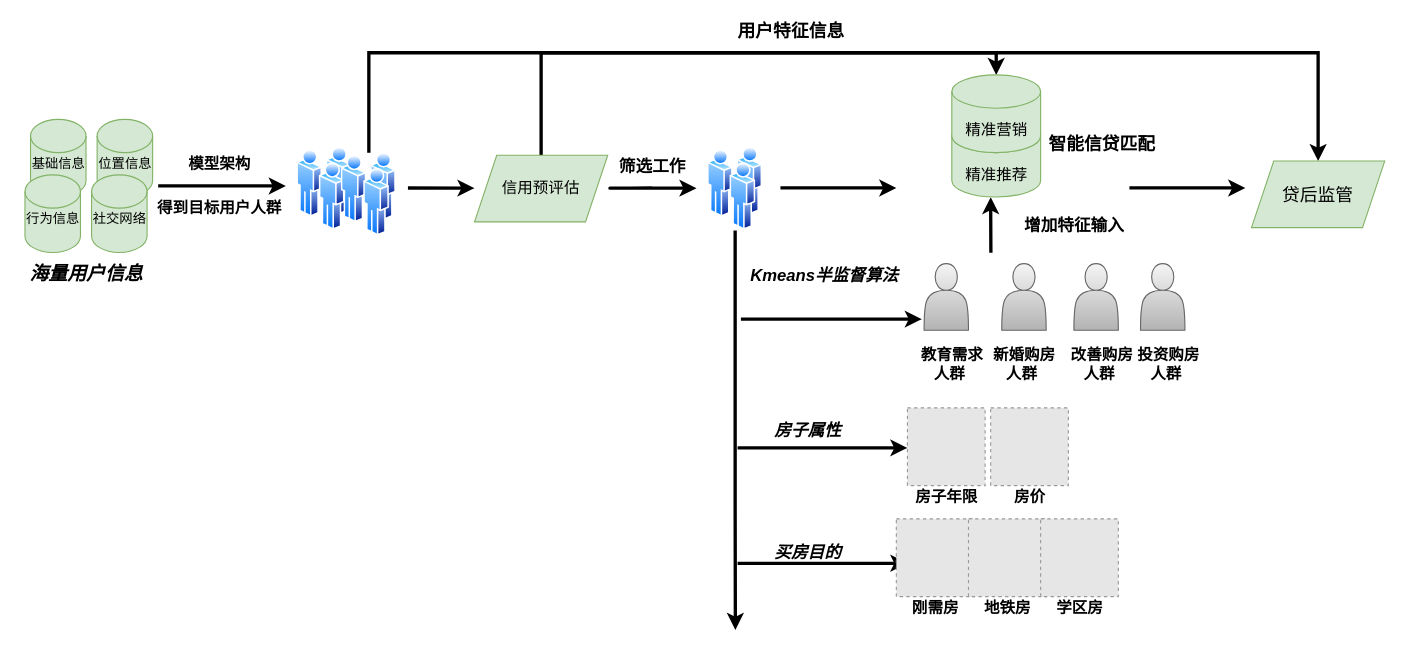
Before: 流程图 Diagram.drawio in Jackieze/hello-python, a draw.io diagram. Source tidied: cells renumbered, new cells numbered last; positions are measured from the earlier drawing's top-left corner, leaving out a move shared by most shapes. Both pictures are drawn from the tidied source at 111%, with x=0, y=0 at pixel (19, 19). Pictures stored in the file or linked from it are replaced by grey dashed boxes.
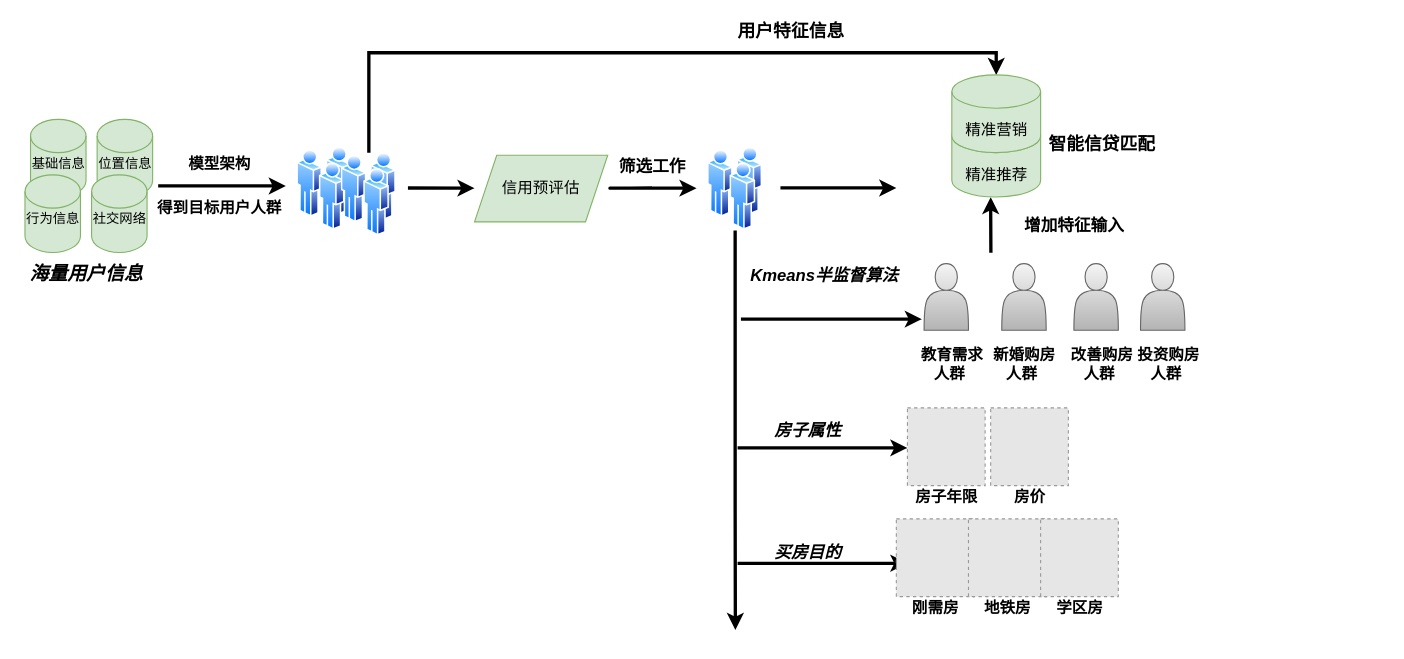
After the change.

Unchanged cells that the change refers to:
```xml
<mxCell id="19" value="&lt;font style=&quot;font-size: 14px&quot;&gt;信用预评估&lt;/font&gt;" style="shape=parallelogram;perimeter=parallelogramPerimeter;whiteSpace=wrap;html=1;fixedSize=1;fillColor=#d5e8d4;strokeColor=#82b366;" parent="1" vertex="1">
  <mxGeometry x="410" y="122.4" width="120" height="60" as="geometry" />
</mxCell>
```

Diff of the diagram source:
```diff
@@
-    <mxCell id="15" style="edgeStyle=orthogonalEdgeStyle;rounded=0;jettySize=auto;html=1;exitX=0.5;exitY=0;exitDx=0;exitDy=0;entryX=0.5;entryY=0;entryDx=0;entryDy=0;strokeWidth=3;" parent="1" edge="1" source="19" target="35">
-      <mxGeometry relative="1" as="geometry">
-        <Array as="points">
-          <mxPoint x="470" y="30" />
-          <mxPoint x="1170" y="30" />
-        </Array>
-      </mxGeometry>
-    </mxCell>
@@
-    <mxCell id="35" value="&lt;font style=&quot;font-size: 16px&quot;&gt;贷后监管&lt;/font&gt;" style="shape=parallelogram;perimeter=parallelogramPerimeter;whiteSpace=wrap;html=1;fixedSize=1;fillColor=#d5e8d4;strokeColor=#82b366;" parent="1" vertex="1">
-      <mxGeometry x="1110" y="127.6" width="120" height="60" as="geometry" />
-    </mxCell>
@@
-    <mxCell id="58" style="endArrow=classic;html=1;strokeWidth=3;" parent="1" edge="1">
-      <mxGeometry relative="1" as="geometry">
-        <mxPoint x="1000" y="151.8" as="sourcePoint" />
-        <mxPoint x="1104.4" y="151.8" as="targetPoint" />
-      </mxGeometry>
-    </mxCell>
```
